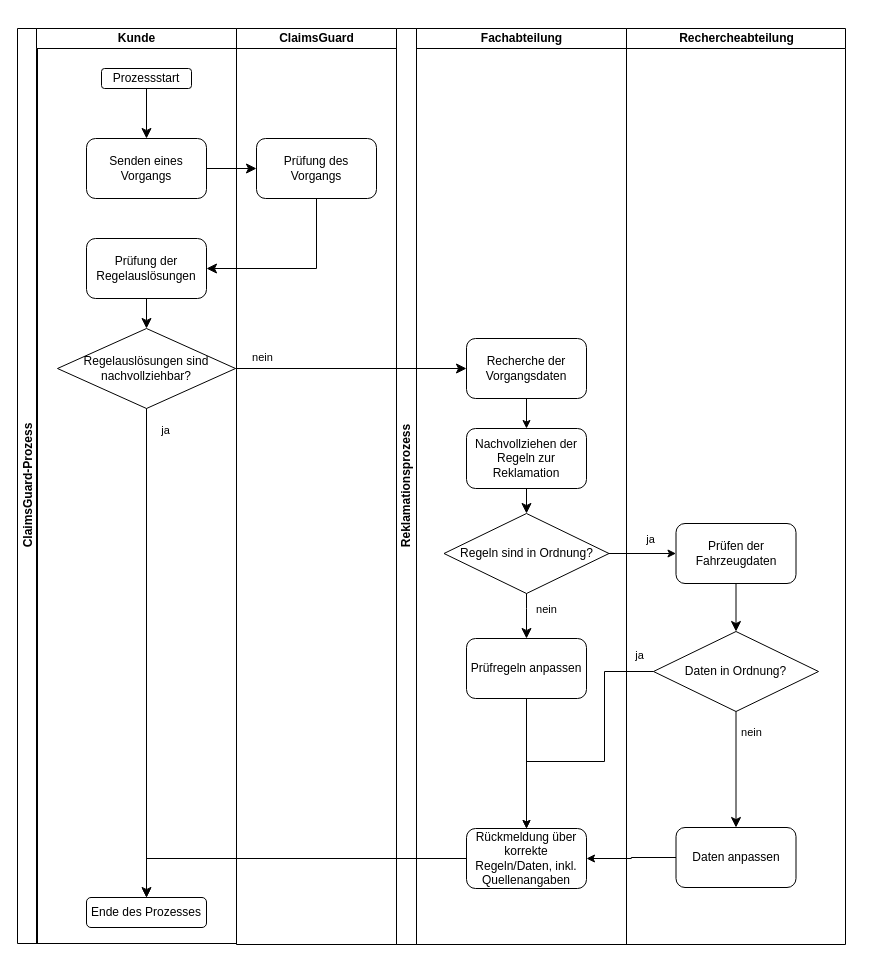
This is Dokumentation/Diagramme/EPK/221013_BisherigerProzess.drawio from iiiLearningAccount/ReklaTool_221025, a draw.io file, before an edit. Source tidied: cells renumbered, new cells numbered last; positions are measured from the earlier drawing's top-left corner, leaving out a move shared by most shapes. Both pictures are drawn from the tidied source at 100%, with x=0, y=0 at pixel (17, 28).
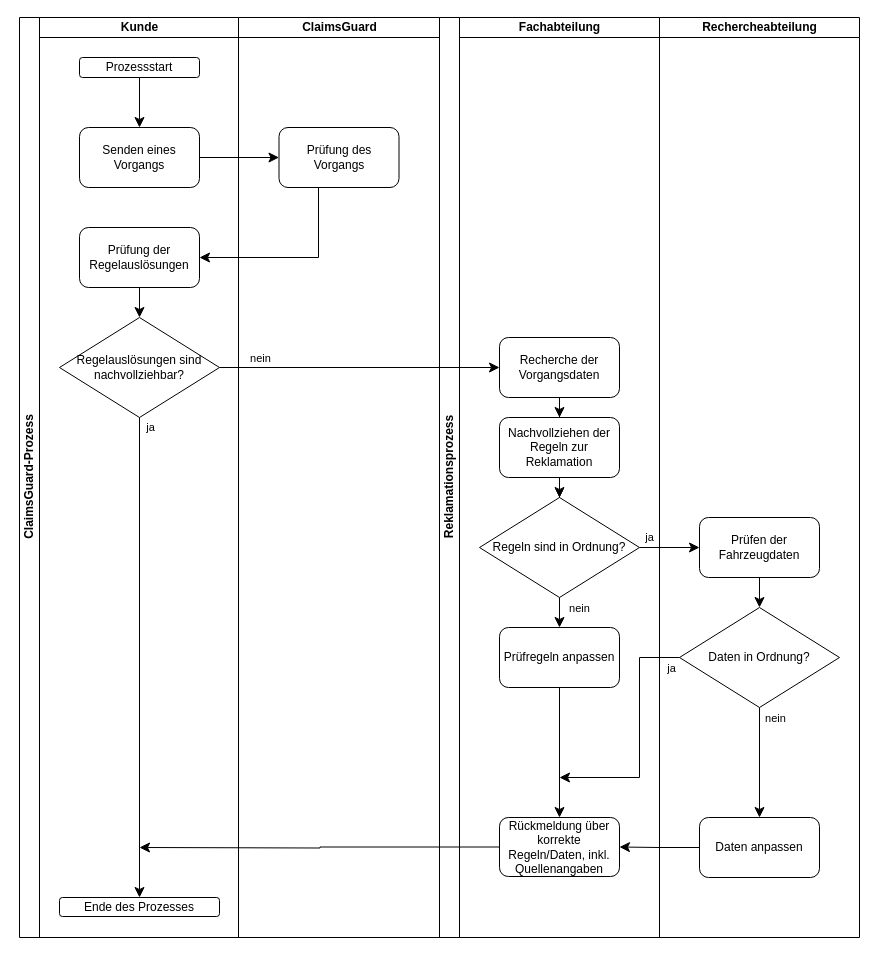
The same diagram, later.

Unchanged cells that the change refers to:
```xml
<mxCell id="18" style="edgeStyle=orthogonalEdgeStyle;rounded=0;jettySize=auto;html=1;fontSize=12;endArrow=classic;endFill=1;startSize=8;endSize=8;" parent="13" edge="1" source="15" target="17">
  <mxGeometry relative="1" as="geometry" />
</mxCell>
<mxCell id="29" style="edgeStyle=orthogonalEdgeStyle;rounded=0;jettySize=auto;html=1;fontSize=12;endArrow=classic;startSize=8;endSize=8;endFill=1;" parent="1" edge="1" source="25" target="33">
  <mxGeometry relative="1" as="geometry" />
</mxCell>
<mxCell id="31" style="edgeStyle=orthogonalEdgeStyle;rounded=0;jettySize=auto;html=1;fontSize=12;endArrow=classic;endFill=1;startSize=8;endSize=8;" parent="1" edge="1" source="25" target="4">
  <mxGeometry relative="1" as="geometry" />
</mxCell>
```

What changed in the source:
```diff
@@
     <mxCell id="2" value="ClaimsGuard-Prozess" style="swimlane;html=1;startSize=20;horizontal=0;fontSize=12;" parent="1" vertex="1">
-      <mxGeometry width="219" height="915" as="geometry" />
+      <mxGeometry x="2" y="-11" width="219" height="920" as="geometry" />
     </mxCell>
     <mxCell id="3" value="Fachabteilung" style="swimlane;html=1;startSize=20;fontSize=12;" parent="1" vertex="1">
-      <mxGeometry x="399" width="210" height="916" as="geometry" />
+      <mxGeometry x="442" y="-11" width="200" height="920" as="geometry" />
     </mxCell>
+    <mxCell id="43" style="edgeStyle=orthogonalEdgeStyle;rounded=0;jettySize=auto;html=1;" parent="3" edge="1" source="4" target="6">
+      <mxGeometry relative="1" as="geometry" />
+    </mxCell>
     <mxCell id="4" value="Recherche der Vorgangsdaten" style="rounded=1;whiteSpace=wrap;html=1;fontSize=12;" parent="3" vertex="1">
-      <mxGeometry x="50" y="310" width="120" height="60" as="geometry" />
+      <mxGeometry x="40" y="320" width="120" height="60" as="geometry" />
     </mxCell>
     <mxCell id="5" value="Nachvollziehen der Regeln zur Reklamation" style="rounded=1;whiteSpace=wrap;html=1;fontSize=12;" parent="3" vertex="1">
-      <mxGeometry x="50" y="400" width="120" height="60" as="geometry" />
+      <mxGeometry x="40" y="400" width="120" height="60" as="geometry" />
     </mxCell>
     <mxCell id="6" value="Regeln sind in Ordnung?" style="rhombus;whiteSpace=wrap;html=1;fontSize=12;" parent="3" vertex="1">
-      <mxGeometry x="27.5" y="485" width="165" height="80" as="geometry" />
+      <mxGeometry x="20" y="480" width="160" height="100" as="geometry" />
     </mxCell>
@@
     <mxCell id="8" value="Prüfregeln anpassen" style="rounded=1;whiteSpace=wrap;html=1;fontSize=12;" parent="3" vertex="1">
-      <mxGeometry x="50" y="610" width="120" height="60" as="geometry" />
+      <mxGeometry x="40" y="610" width="120" height="60" as="geometry" />
     </mxCell>
@@
-    <mxCell id="11" style="edgeStyle=orthogonalEdgeStyle;rounded=0;jettySize=auto;html=1;fontSize=12;" parent="3" edge="1" source="4" target="5">
+    <mxCell id="11" style="edgeStyle=orthogonalEdgeStyle;rounded=0;jettySize=auto;html=1;fontSize=12;endSize=8;" parent="3" edge="1" source="4" target="5">
       <mxGeometry relative="1" as="geometry" />
     </mxCell>
     <mxCell id="12" value="Reklamationsprozess" style="swimlane;html=1;startSize=20;horizontal=0;fontSize=12;" parent="1" vertex="1">
-      <mxGeometry x="379" width="230" height="916" as="geometry" />
+      <mxGeometry x="422" y="-11" width="220" height="920" as="geometry" />
     </mxCell>
     <mxCell id="13" value="Rechercheabteilung" style="swimlane;html=1;startSize=20;fontSize=12;" parent="1" vertex="1">
-      <mxGeometry x="609" width="219" height="916" as="geometry" />
+      <mxGeometry x="642" y="-11" width="200" height="920" as="geometry" />
     </mxCell>
     <mxCell id="14" value="Prüfen der Fahrzeugdaten" style="rounded=1;whiteSpace=wrap;html=1;fontSize=12;" parent="13" vertex="1">
-      <mxGeometry x="49.5" y="495" width="120" height="60" as="geometry" />
+      <mxGeometry x="40" y="500" width="120" height="60" as="geometry" />
     </mxCell>
     <mxCell id="15" value="Daten in Ordnung?" style="rhombus;whiteSpace=wrap;html=1;fontSize=12;" parent="13" vertex="1">
-      <mxGeometry x="27" y="603" width="165" height="80" as="geometry" />
+      <mxGeometry x="20" y="590" width="160" height="100" as="geometry" />
     </mxCell>
@@
     <mxCell id="17" value="Daten anpassen" style="rounded=1;whiteSpace=wrap;html=1;fontSize=12;" parent="13" vertex="1">
-      <mxGeometry x="49.5" y="799" width="120" height="60" as="geometry" />
+      <mxGeometry x="40" y="800" width="120" height="60" as="geometry" />
     </mxCell>
@@
     <mxCell id="19" value="nein" style="edgeLabel;html=1;align=center;verticalAlign=middle;" parent="18" vertex="1">
       <mxGeometry x="-0.91" relative="1" as="geometry">
-        <mxPoint x="15" y="15" as="offset" />
+        <mxPoint x="15" y="5" as="offset" />
       </mxGeometry>
     </mxCell>
     <mxCell id="20" value="Kunde" style="swimlane;html=1;startSize=20;fontSize=12;" parent="1" vertex="1">
-      <mxGeometry x="19" width="200" height="915" as="geometry" />
+      <mxGeometry x="22" y="-11" width="199" height="920" as="geometry" />
     </mxCell>
     <mxCell id="21" value="Senden eines Vorgangs" style="rounded=1;whiteSpace=wrap;html=1;" parent="20" vertex="1">
-      <mxGeometry x="50" y="110" width="120" height="60" as="geometry" />
+      <mxGeometry x="40" y="110" width="120" height="60" as="geometry" />
     </mxCell>
     <mxCell id="22" value="Prozessstart" style="rounded=1;whiteSpace=wrap;html=1;" parent="20" vertex="1">
-      <mxGeometry x="65" y="40" width="90" height="20" as="geometry" />
+      <mxGeometry x="40" y="40" width="120" height="20" as="geometry" />
     </mxCell>
@@
     <mxCell id="24" value="Prüfung der Regelauslösungen" style="rounded=1;whiteSpace=wrap;html=1;" parent="20" vertex="1">
-      <mxGeometry x="50" y="210" width="120" height="60" as="geometry" />
+      <mxGeometry x="40" y="210" width="120" height="60" as="geometry" />
     </mxCell>
     <mxCell id="25" value="Regelauslösungen sind nachvollziehbar?" style="rhombus;whiteSpace=wrap;html=1;fontSize=12;" parent="20" vertex="1">
-      <mxGeometry x="21" y="300" width="178" height="80" as="geometry" />
+      <mxGeometry x="20" y="300" width="160" height="100" as="geometry" />
     </mxCell>
@@
     <mxCell id="27" value="ClaimsGuard" style="swimlane;html=1;startSize=20;fontSize=12;" parent="1" vertex="1">
-      <mxGeometry x="219" width="160" height="916" as="geometry" />
+      <mxGeometry x="221" y="-11" width="201" height="920" as="geometry" />
     </mxCell>
     <mxCell id="28" value="Prüfung des Vorgangs" style="rounded=1;whiteSpace=wrap;html=1;" parent="27" vertex="1">
-      <mxGeometry x="20" y="110" width="120" height="60" as="geometry" />
+      <mxGeometry x="40.5" y="110" width="120" height="60" as="geometry" />
     </mxCell>
@@
     <mxCell id="30" value="ja" style="edgeLabel;html=1;align=center;verticalAlign=middle;" parent="29" vertex="1">
       <mxGeometry x="-0.93" relative="1" as="geometry">
-        <mxPoint x="18" y="4" as="offset" />
+        <mxPoint x="10" y="-8" as="offset" />
       </mxGeometry>
     </mxCell>
@@
     <mxCell id="32" value="nein" style="edgeLabel;html=1;align=center;verticalAlign=middle;" parent="31" vertex="1">
       <mxGeometry x="-0.74" relative="1" as="geometry">
-        <mxPoint x="-4" y="-12" as="offset" />
+        <mxPoint x="4" y="-10" as="offset" />
       </mxGeometry>
     </mxCell>
     <mxCell id="33" value="Ende des Prozesses" style="rounded=1;whiteSpace=wrap;html=1;fontSize=12;" parent="1" vertex="1">
-      <mxGeometry x="69" y="869" width="120" height="30" as="geometry" />
+      <mxGeometry x="42" y="869" width="160" height="19" as="geometry" />
     </mxCell>
@@
     <mxCell id="35" style="edgeStyle=orthogonalEdgeStyle;rounded=0;jettySize=auto;html=1;fontSize=12;endArrow=classic;endFill=1;startSize=8;endSize=8;" parent="1" edge="1" source="28" target="24">
       <mxGeometry relative="1" as="geometry">
         <Array as="points">
-          <mxPoint x="299" y="240" />
+          <mxPoint x="301" y="229" />
         </Array>
       </mxGeometry>
     </mxCell>
-    <mxCell id="36" value="ja" style="edgeStyle=orthogonalEdgeStyle;rounded=0;jettySize=auto;html=1;" parent="1" edge="1" source="6" target="14">
-      <mxGeometry x="0.21" y="14" relative="1" as="geometry" />
+    <mxCell id="36" value="ja" style="edgeStyle=orthogonalEdgeStyle;rounded=0;jettySize=auto;html=1;endSize=8;" parent="1" edge="1" source="6" target="14">
+      <mxGeometry x="-0.67" y="10" relative="1" as="geometry" />
     </mxCell>
-    <mxCell id="37" style="edgeStyle=orthogonalEdgeStyle;rounded=0;jettySize=auto;html=1;" parent="1" edge="1" source="38" target="33">
-      <mxGeometry relative="1" as="geometry" />
+    <mxCell id="37" style="edgeStyle=orthogonalEdgeStyle;rounded=0;jettySize=auto;html=1;endSize=8;" parent="1" edge="1" source="38">
+      <mxGeometry relative="1" as="geometry">
+        <mxPoint x="122" y="819" as="targetPoint" />
+      </mxGeometry>
     </mxCell>
     <mxCell id="38" value="Rückmeldung über korrekte Regeln/Daten, inkl. Quellenangaben" style="rounded=1;whiteSpace=wrap;html=1;fontSize=12;" parent="1" vertex="1">
-      <mxGeometry x="449" y="800" width="120" height="60" as="geometry" />
+      <mxGeometry x="482" y="789" width="120" height="59" as="geometry" />
     </mxCell>
-    <mxCell id="39" style="edgeStyle=orthogonalEdgeStyle;rounded=0;jettySize=auto;html=1;" parent="1" edge="1" source="8" target="38">
+    <mxCell id="39" style="edgeStyle=orthogonalEdgeStyle;rounded=0;jettySize=auto;html=1;endSize=8;" parent="1" edge="1" source="8" target="38">
       <mxGeometry relative="1" as="geometry" />
     </mxCell>
-    <mxCell id="40" style="edgeStyle=orthogonalEdgeStyle;rounded=0;jettySize=auto;html=1;" parent="1" edge="1" source="15" target="38">
+    <mxCell id="40" style="edgeStyle=orthogonalEdgeStyle;rounded=0;jettySize=auto;html=1;exitX=0;exitY=0.5;exitDx=0;exitDy=0;endSize=8;" parent="1" edge="1" source="15">
       <mxGeometry relative="1" as="geometry">
+        <mxPoint x="542" y="749" as="targetPoint" />
         <Array as="points">
-          <mxPoint x="587" y="643" />
-          <mxPoint x="587" y="733" />
-          <mxPoint x="509" y="733" />
+          <mxPoint x="622" y="629" />
+          <mxPoint x="622" y="749" />
         </Array>
       </mxGeometry>
     </mxCell>
     <mxCell id="41" value="ja" style="edgeLabel;html=1;align=center;verticalAlign=middle;" parent="40" vertex="1">
       <mxGeometry x="-0.9" y="2" relative="1" as="geometry">
-        <mxPoint x="-1" y="-19" as="offset" />
+        <mxPoint x="3" y="8" as="offset" />
       </mxGeometry>
     </mxCell>
-    <mxCell id="42" style="edgeStyle=orthogonalEdgeStyle;rounded=0;jettySize=auto;html=1;" parent="1" edge="1" source="17" target="38">
+    <mxCell id="42" style="edgeStyle=orthogonalEdgeStyle;rounded=0;jettySize=auto;html=1;endSize=8;" parent="1" edge="1" source="17" target="38">
       <mxGeometry relative="1" as="geometry" />
     </mxCell>
```
